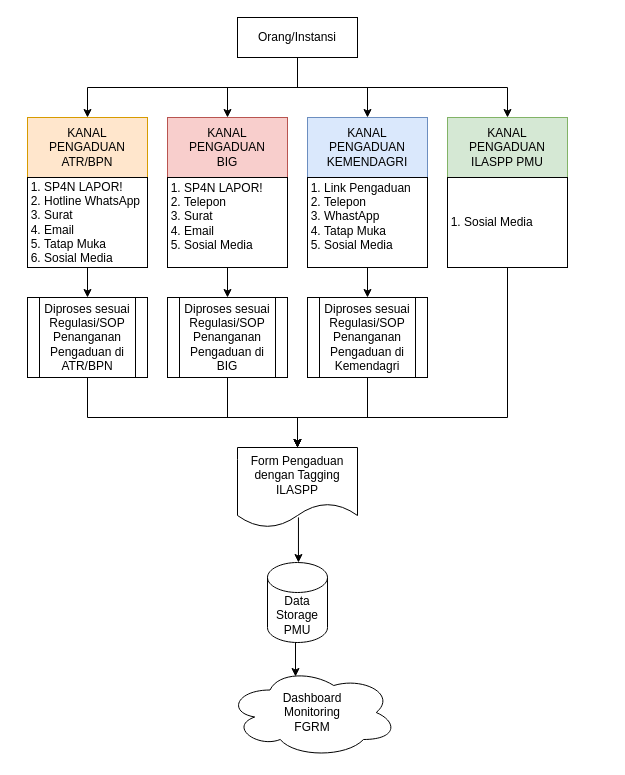
Before: FGRM ILASPP PMU.drawio in djadjoel/Flowchart-FGRM-ILASPP-PMU, a draw.io diagram. Source tidied: cells renumbered, new cells numbered last; positions are measured from the earlier drawing's top-left corner, leaving out a move shared by most shapes. Both pictures are drawn from the tidied source at 100%, with x=0, y=0 at pixel (27, 17).
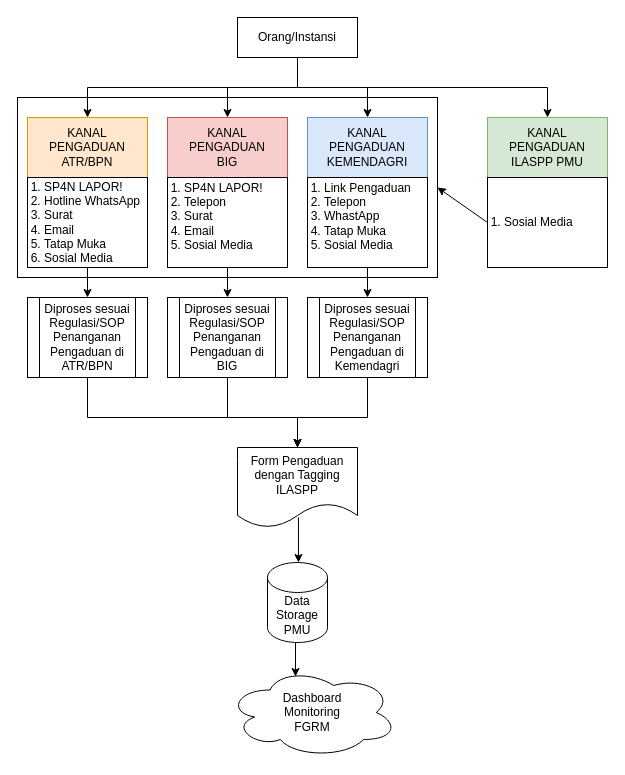
The same diagram, later.

Unchanged cells that the change refers to:
```xml
<mxCell id="25" value="Form Pengaduan dengan Tagging ILASPP" style="shape=document;whiteSpace=wrap;html=1;boundedLbl=1;" parent="1" vertex="1">
  <mxGeometry x="210" y="430" width="120" height="80" as="geometry" />
</mxCell>
```

What changed in the source:
```diff
@@
-    <mxCell id="19" style="group;" parent="1" vertex="1">
-      <mxGeometry x="420" y="100" width="120" height="180" as="geometry" />
-    </mxCell>
-    <mxCell id="20" value="KANAL&lt;div&gt;PENGADUAN&lt;/div&gt;&lt;div&gt;ILASPP PMU&lt;/div&gt;" style="rounded=0;whiteSpace=wrap;html=1;fillColor=#d5e8d4;strokeColor=#82b366;" parent="19" vertex="1">
-      <mxGeometry width="120" height="60" as="geometry" />
-    </mxCell>
-    <mxCell id="21" value="&lt;ol style=&quot;padding-left: 15px; padding-bottom: 0px; margin-top: 12px;&quot;&gt;&lt;li&gt;Sosial Media&lt;/li&gt;&lt;/ol&gt;" style="text;strokeColor=default;fillColor=none;html=1;whiteSpace=wrap;verticalAlign=middle;overflow=hidden;" parent="19" vertex="1">
-      <mxGeometry y="60" width="120" height="90" as="geometry" />
-    </mxCell>
@@
-    <mxCell id="31" style="edgeStyle=orthogonalEdgeStyle;rounded=0;jettySize=auto;html=1;exitX=0.5;exitY=1;exitDx=0;exitDy=0;entryX=0.5;entryY=0;entryDx=0;entryDy=0;" parent="1" edge="1" source="21" target="25">
-      <mxGeometry relative="1" as="geometry">
-        <Array as="points">
-          <mxPoint x="480" y="400" />
-          <mxPoint x="270" y="400" />
-        </Array>
-      </mxGeometry>
-    </mxCell>
@@
+    <mxCell id="34" style="endArrow=classic;html=1;rounded=0;exitX=0;exitY=0.5;exitDx=0;exitDy=0;entryX=1;entryY=0.5;entryDx=0;entryDy=0;" parent="1" edge="1" source="21" target="35">
+      <mxGeometry relative="1" as="geometry" />
+    </mxCell>
+    <mxCell id="20" value="KANAL&lt;div&gt;PENGADUAN&lt;/div&gt;&lt;div&gt;ILASPP PMU&lt;/div&gt;" style="rounded=0;whiteSpace=wrap;html=1;fillColor=#d5e8d4;strokeColor=#82b366;" parent="1" vertex="1">
+      <mxGeometry x="460" y="100" width="120" height="60" as="geometry" />
+    </mxCell>
+    <mxCell id="21" value="&lt;ol style=&quot;padding-left: 15px; padding-bottom: 0px; margin-top: 12px;&quot;&gt;&lt;li&gt;Sosial Media&lt;/li&gt;&lt;/ol&gt;" style="text;strokeColor=default;fillColor=none;html=1;whiteSpace=wrap;verticalAlign=middle;overflow=hidden;" parent="1" vertex="1">
+      <mxGeometry x="460" y="160" width="120" height="90" as="geometry" />
+    </mxCell>
+    <mxCell id="35" style="rounded=0;whiteSpace=wrap;html=1;fillColor=none;" parent="1" vertex="1">
+      <mxGeometry x="-10" y="80" width="420" height="180" as="geometry" />
+    </mxCell>
```
